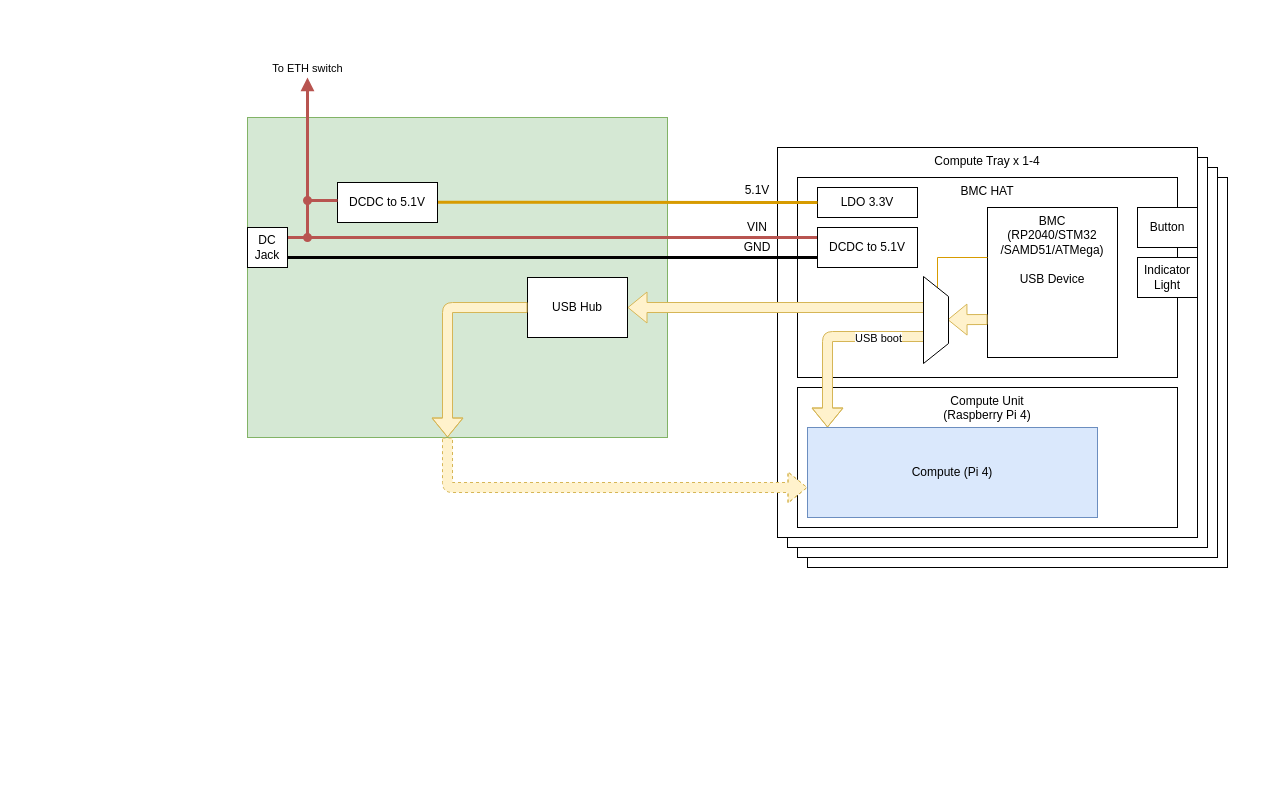
Earlier version of the draw.io diagram page "Page-1" (1 of 2) of docs/diagrams/Interface Diagram v0.2.2.drawio (racklet/racklet). Source tidied: cells renumbered, new cells numbered last; positions are measured from the earlier drawing's top-left corner, leaving out a move shared by most shapes. Both pictures are drawn from the tidied source at 100%, with x=0, y=0 at pixel (247, 77).
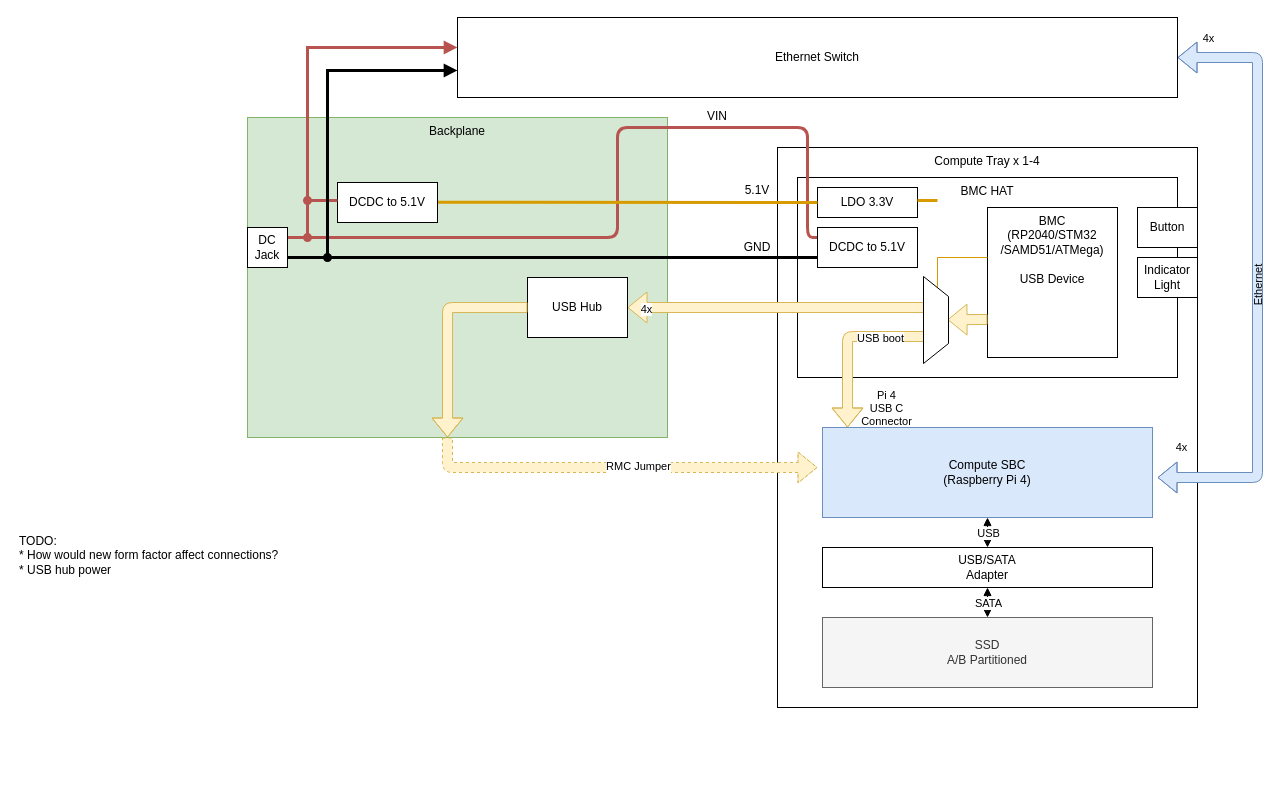
After the change.

Unchanged cells that the change refers to:
```xml
<mxCell id="20" style="shape=flexArrow;endArrow=classic;html=1;strokeWidth=1;fillColor=#fff2cc;strokeColor=#d6b656;" parent="1" edge="1" target="18">
  <mxGeometry relative="1" as="geometry">
    <mxPoint x="680" y="230" as="sourcePoint" />
  </mxGeometry>
</mxCell>
```

Change to the diagram source:
```diff
@@
-    <mxCell id="2" style="rounded=0;whiteSpace=wrap;html=1;fillColor=#d5e8d4;align=center;verticalAlign=middle;strokeColor=#82b366;" parent="1" vertex="1">
+    <mxCell id="2" value="Backplane" style="rounded=0;whiteSpace=wrap;html=1;fillColor=#d5e8d4;align=center;verticalAlign=top;strokeColor=#82b366;" parent="1" vertex="1">
       <mxGeometry y="40" width="420" height="320" as="geometry" />
     </mxCell>
-    <mxCell id="3" style="rounded=0;whiteSpace=wrap;html=1;align=center;verticalAlign=top;" parent="1" vertex="1">
-      <mxGeometry x="560" y="100" width="420" height="390" as="geometry" />
-    </mxCell>
-    <mxCell id="4" style="rounded=0;whiteSpace=wrap;html=1;align=center;verticalAlign=top;" parent="1" vertex="1">
-      <mxGeometry x="550" y="90" width="420" height="390" as="geometry" />
-    </mxCell>
-    <mxCell id="5" style="rounded=0;whiteSpace=wrap;html=1;align=center;verticalAlign=top;" parent="1" vertex="1">
-      <mxGeometry x="540" y="80" width="420" height="390" as="geometry" />
-    </mxCell>
     <mxCell id="6" value="Compute Tray x 1-4" style="rounded=0;whiteSpace=wrap;html=1;align=center;verticalAlign=top;" parent="1" vertex="1">
-      <mxGeometry x="530" y="70" width="420" height="390" as="geometry" />
+      <mxGeometry x="530" y="70" width="420" height="560" as="geometry" />
     </mxCell>
@@
     <mxCell id="8" style="endArrow=none;html=1;fillColor=#f8cecc;strokeColor=#b85450;strokeWidth=3;startArrow=none;startFill=0;" parent="1" edge="1">
       <mxGeometry relative="1" as="geometry">
         <mxPoint x="40" y="160" as="sourcePoint" />
         <mxPoint x="570" y="160" as="targetPoint" />
+        <Array as="points">
+          <mxPoint x="370" y="160" />
+          <mxPoint x="370" y="50" />
+          <mxPoint x="560" y="50" />
+          <mxPoint x="560" y="160" />
+        </Array>
       </mxGeometry>
     </mxCell>
     <mxCell id="9" value="&lt;font style=&quot;font-size: 12px&quot;&gt;VIN&lt;/font&gt;" style="text;html=1;strokeColor=none;fillColor=none;align=center;verticalAlign=middle;whiteSpace=wrap;rounded=0;" parent="1" vertex="1">
-      <mxGeometry x="490" y="140" width="40" height="20" as="geometry" />
+      <mxGeometry x="450" y="29" width="40" height="20" as="geometry" />
     </mxCell>
@@
-    <mxCell id="15" value="Compute Unit&lt;br&gt;(Raspberry Pi 4)" style="rounded=0;whiteSpace=wrap;html=1;align=center;verticalAlign=top;fillColor=none;" parent="1" vertex="1">
-      <mxGeometry x="550" y="310" width="380" height="140" as="geometry" />
-    </mxCell>
@@
+    <mxCell id="35" value="4x" style="edgeLabel;html=1;align=center;verticalAlign=middle;" parent="20" vertex="1">
+      <mxGeometry x="0.88" y="1" relative="1" as="geometry" />
+    </mxCell>
     <mxCell id="21" style="shape=flexArrow;endArrow=classic;html=1;strokeWidth=1;fillColor=#fff2cc;strokeColor=#d6b656;dashed=1;" parent="1" edge="1">
       <mxGeometry relative="1" as="geometry">
         <mxPoint x="200" y="360" as="sourcePoint" />
-        <mxPoint x="560" y="410" as="targetPoint" />
+        <mxPoint x="570" y="390" as="targetPoint" />
         <Array as="points">
-          <mxPoint x="200" y="410" />
+          <mxPoint x="200" y="390" />
         </Array>
       </mxGeometry>
     </mxCell>
+    <mxCell id="36" value="RMC Jumper" style="edgeLabel;html=1;align=center;verticalAlign=middle;" parent="21" vertex="1">
+      <mxGeometry x="0.1" y="2" relative="1" as="geometry" />
+    </mxCell>
@@
+    <mxCell id="37" style="edgeStyle=orthogonalEdgeStyle;rounded=0;jettySize=auto;html=1;exitX=0.5;exitY=1;exitDx=0;exitDy=0;entryX=0.5;entryY=0;entryDx=0;entryDy=0;startArrow=block;strokeColor=#000000;fillColor=none;" parent="1" edge="1" source="25" target="44">
+      <mxGeometry relative="1" as="geometry" />
+    </mxCell>
+    <mxCell id="38" value="USB" style="edgeLabel;html=1;align=center;verticalAlign=middle;" parent="37" vertex="1">
+      <mxGeometry x="0.08" y="-2" relative="1" as="geometry">
+        <mxPoint x="2" y="-1" as="offset" />
+      </mxGeometry>
+    </mxCell>
-    <mxCell id="25" value="Compute (Pi 4)" style="rounded=0;whiteSpace=wrap;html=1;strokeColor=#6c8ebf;fillColor=#dae8fc;align=center;verticalAlign=middle;" parent="1" vertex="1">
-      <mxGeometry x="560" y="350" width="290" height="90" as="geometry" />
+    <mxCell id="25" value="Compute SBC&lt;br&gt;(Raspberry Pi 4)" style="rounded=0;whiteSpace=wrap;html=1;strokeColor=#6c8ebf;fillColor=#dae8fc;align=center;verticalAlign=middle;" parent="1" vertex="1">
+      <mxGeometry x="575" y="350" width="330" height="90" as="geometry" />
     </mxCell>
@@
     <mxCell id="28" style="endArrow=block;html=1;fillColor=#f8cecc;strokeColor=#b85450;strokeWidth=3;startArrow=oval;startFill=1;rounded=0;endFill=1;" parent="1" edge="1">
       <mxGeometry relative="1" as="geometry">
         <mxPoint x="60" y="123" as="sourcePoint" />
-        <mxPoint x="60" as="targetPoint" />
+        <mxPoint x="210" y="-30" as="targetPoint" />
+        <Array as="points">
+          <mxPoint x="60" y="-30" />
+        </Array>
       </mxGeometry>
     </mxCell>
-    <mxCell id="29" value="To ETH switch" style="edgeLabel;html=1;align=center;verticalAlign=middle;" parent="28" vertex="1">
-      <mxGeometry x="0.72" y="1" relative="1" as="geometry">
-        <mxPoint y="-27" as="offset" />
-      </mxGeometry>
-    </mxCell>
     <mxCell id="30" style="shape=flexArrow;endArrow=classic;html=1;strokeWidth=1;fillColor=#fff2cc;strokeColor=#d6b656;" parent="1" edge="1">
       <mxGeometry relative="1" as="geometry">
         <mxPoint x="680" y="259" as="sourcePoint" />
-        <mxPoint x="580" y="350" as="targetPoint" />
+        <mxPoint x="600" y="350" as="targetPoint" />
         <Array as="points">
-          <mxPoint x="580" y="259" />
+          <mxPoint x="600" y="259" />
         </Array>
       </mxGeometry>
     </mxCell>
@@
+    <mxCell id="39" value="Pi 4 &lt;br&gt;USB C&lt;br&gt;Connector" style="edgeLabel;html=1;align=center;verticalAlign=middle;labelBorderColor=none;labelBackgroundColor=none;" parent="30" vertex="1">
+      <mxGeometry x="0.79" y="-4" relative="1" as="geometry">
+        <mxPoint x="42" y="-2" as="offset" />
+      </mxGeometry>
+    </mxCell>
@@
+    <mxCell id="40" value="Ethernet Switch" style="rounded=0;whiteSpace=wrap;html=1;verticalAlign=middle;" parent="1" vertex="1">
+      <mxGeometry x="210" y="-60" width="720" height="80" as="geometry" />
+    </mxCell>
+    <mxCell id="41" value="SSD&lt;br&gt;A/B Partitioned" style="rounded=0;whiteSpace=wrap;html=1;strokeColor=#666666;fillColor=#f5f5f5;align=center;verticalAlign=middle;fontColor=#333333;" parent="1" vertex="1">
+      <mxGeometry x="575" y="540" width="330" height="70" as="geometry" />
+    </mxCell>
+    <mxCell id="42" style="edgeStyle=orthogonalEdgeStyle;rounded=0;jettySize=auto;html=1;exitX=0.5;exitY=1;exitDx=0;exitDy=0;entryX=0.5;entryY=0;entryDx=0;entryDy=0;startArrow=block;strokeColor=#000000;fillColor=none;" parent="1" edge="1" source="44" target="41">
+      <mxGeometry relative="1" as="geometry" />
+    </mxCell>
+    <mxCell id="43" value="SATA" style="edgeLabel;html=1;align=center;verticalAlign=middle;" parent="42" vertex="1">
+      <mxGeometry x="0.1" y="1" relative="1" as="geometry">
+        <mxPoint x="-1" y="-2" as="offset" />
+      </mxGeometry>
+    </mxCell>
+    <mxCell id="44" value="USB/SATA&lt;br&gt;Adapter" style="rounded=0;whiteSpace=wrap;html=1;verticalAlign=middle;" parent="1" vertex="1">
+      <mxGeometry x="575" y="470" width="330" height="40" as="geometry" />
+    </mxCell>
+    <mxCell id="45" style="endArrow=block;html=1;fillColor=#f8cecc;strokeWidth=3;startArrow=oval;startFill=1;rounded=0;endFill=1;" parent="1" edge="1">
+      <mxGeometry relative="1" as="geometry">
+        <mxPoint x="80" y="180" as="sourcePoint" />
+        <mxPoint x="210" y="-7" as="targetPoint" />
+        <Array as="points">
+          <mxPoint x="80" y="-7" />
+        </Array>
+      </mxGeometry>
+    </mxCell>
+    <mxCell id="46" style="shape=flexArrow;endArrow=classic;html=1;strokeWidth=1;fillColor=#dae8fc;strokeColor=#6c8ebf;startArrow=block;" parent="1" edge="1">
+      <mxGeometry relative="1" as="geometry">
+        <mxPoint x="910" y="400" as="sourcePoint" />
+        <mxPoint x="930" y="-20" as="targetPoint" />
+        <Array as="points">
+          <mxPoint x="1010" y="400" />
+          <mxPoint x="1010" y="-20" />
+        </Array>
+      </mxGeometry>
+    </mxCell>
+    <mxCell id="47" value="4x" style="edgeLabel;html=1;align=center;verticalAlign=middle;" parent="46" vertex="1">
+      <mxGeometry x="-0.24" y="-1" relative="1" as="geometry">
+        <mxPoint x="-51" y="-312" as="offset" />
+      </mxGeometry>
+    </mxCell>
+    <mxCell id="48" value="Ethernet" style="edgeLabel;html=1;align=center;verticalAlign=middle;horizontal=0;labelBackgroundColor=none;" parent="46" vertex="1">
+      <mxGeometry x="0.1" y="-1" relative="1" as="geometry">
+        <mxPoint x="-1" y="39" as="offset" />
+      </mxGeometry>
+    </mxCell>
+    <mxCell id="49" value="4x" style="edgeLabel;html=1;align=center;verticalAlign=middle;" parent="1" vertex="1">
+      <mxGeometry x="905" y="180" as="geometry">
+        <mxPoint x="28" y="189" as="offset" />
+      </mxGeometry>
+    </mxCell>
+    <mxCell id="50" value="TODO:&lt;br&gt;* How would new form factor affect connections?&lt;br&gt;* USB hub power&lt;br&gt;" style="text;html=1;strokeColor=none;fillColor=none;align=left;verticalAlign=top;whiteSpace=wrap;rounded=0;labelBackgroundColor=none;" parent="1" vertex="1">
+      <mxGeometry x="-230" y="450" width="270" height="250" as="geometry" />
+    </mxCell>
+    <mxCell id="51" style="endArrow=none;html=1;strokeColor=#d79b00;strokeWidth=3;startArrow=none;startFill=0;fillColor=#ffe6cc;rounded=0;" parent="1" edge="1">
+      <mxGeometry relative="1" as="geometry">
+        <mxPoint x="670" y="123" as="sourcePoint" />
+        <mxPoint x="690" y="123" as="targetPoint" />
+      </mxGeometry>
+    </mxCell>
```
